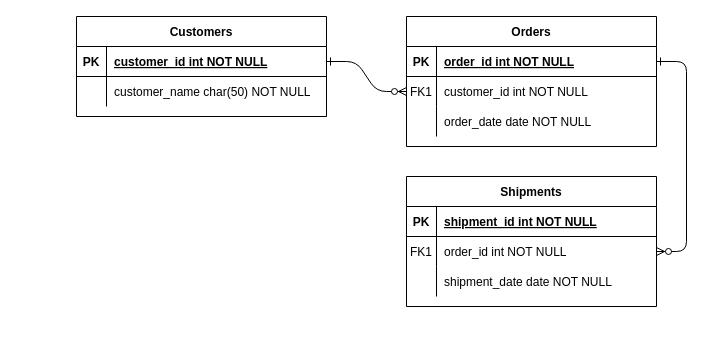
Earlier version of the draw.io diagram mysej.drawio (ahmadanwar93/SET-day-22). Source tidied: cells renumbered, new cells numbered last; positions are measured from the earlier drawing's top-left corner, leaving out a move shared by most shapes. Both pictures are drawn from the tidied source at 100%, with x=0, y=0 at pixel (76, 16).
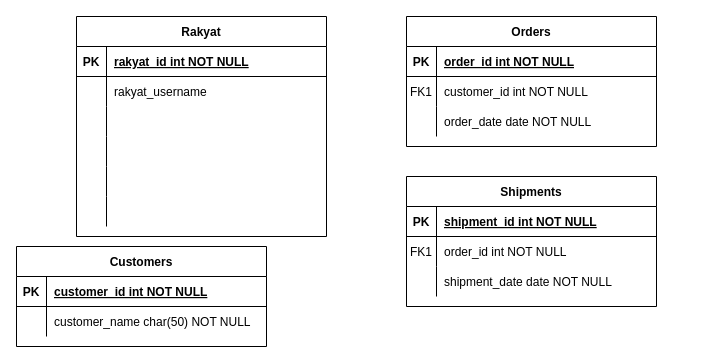
The same page after the edit.

The change refers to these unchanged cells:
```xml
<mxCell id="5" style="shape=partialRectangle;fillColor=none;points=[[0,0.5],[1,0.5]];portConstraint=eastwest;top=0;left=0;right=0;bottom=1;" parent="4" vertex="1">
  <mxGeometry y="30" width="250" height="30" as="geometry" />
</mxCell>
<mxCell id="8" style="shape=partialRectangle;fillColor=none;points=[[0,0.5],[1,0.5]];portConstraint=eastwest;top=0;left=0;right=0;bottom=0;" parent="4" vertex="1">
  <mxGeometry y="60" width="250" height="30" as="geometry" />
</mxCell>
<mxCell id="18" style="shape=partialRectangle;fillColor=none;points=[[0,0.5],[1,0.5]];portConstraint=eastwest;top=0;left=0;right=0;bottom=0;" parent="14" vertex="1">
  <mxGeometry y="60" width="250" height="30" as="geometry" />
</mxCell>
<mxCell id="25" style="shape=partialRectangle;fillColor=none;points=[[0,0.5],[1,0.5]];portConstraint=eastwest;top=0;left=0;right=0;bottom=1;" parent="24" vertex="1">
  <mxGeometry y="30" width="250" height="30" as="geometry" />
</mxCell>
<mxCell id="28" style="shape=partialRectangle;fillColor=none;top=0;left=0;right=0;bottom=0;" parent="24" vertex="1">
  <mxGeometry y="60" width="250" height="30" as="geometry" />
</mxCell>
```

The edit, as a diff of the source:
```diff
@@
-    <mxCell id="2" style="edgeStyle=entityRelationEdgeStyle;endArrow=ERzeroToMany;startArrow=ERone;endFill=1;startFill=0;" parent="1" edge="1" source="25" target="8">
-      <mxGeometry relative="1" as="geometry" />
-    </mxCell>
-    <mxCell id="3" style="edgeStyle=entityRelationEdgeStyle;endArrow=ERzeroToMany;startArrow=ERone;endFill=1;startFill=0;" parent="1" edge="1" source="5" target="18">
-      <mxGeometry relative="1" as="geometry" />
-    </mxCell>
@@
-    <mxCell id="24" value="Customers" style="shape=table;startSize=30;childLayout=tableLayout;rowLines=0;fontStyle=1;align=center;" parent="1" vertex="1">
-      <mxGeometry width="250" height="100" as="geometry" />
+    <mxCell id="24" value="Rakyat" style="shape=table;startSize=30;childLayout=tableLayout;rowLines=0;fontStyle=1;align=center;" parent="1" vertex="1">
+      <mxGeometry width="250" height="220" as="geometry" />
     </mxCell>
@@
-    <mxCell id="27" value="customer_id int NOT NULL " style="shape=partialRectangle;overflow=hidden;fillColor=none;top=0;left=0;bottom=0;right=0;align=left;spacingLeft=6;fontStyle=5;" parent="25" vertex="1">
+    <mxCell id="27" value="rakyat_id int NOT NULL " style="shape=partialRectangle;overflow=hidden;fillColor=none;top=0;left=0;bottom=0;right=0;align=left;spacingLeft=6;fontStyle=5;" parent="25" vertex="1">
       <mxGeometry x="30" width="220" height="30" as="geometry" />
     </mxCell>
@@
-    <mxCell id="30" value="customer_name char(50) NOT NULL" style="shape=partialRectangle;overflow=hidden;fillColor=none;top=0;left=0;bottom=0;right=0;align=left;spacingLeft=6;" parent="28" vertex="1">
+    <mxCell id="30" value="rakyat_username" style="shape=partialRectangle;overflow=hidden;fillColor=none;top=0;left=0;bottom=0;right=0;align=left;spacingLeft=6;" parent="28" vertex="1">
       <mxGeometry x="30" width="220" height="30" as="geometry" />
     </mxCell>
+    <mxCell id="31" style="shape=partialRectangle;fillColor=none;top=0;left=0;right=0;bottom=0;" parent="24" vertex="1">
+      <mxGeometry y="90" width="250" height="30" as="geometry" />
+    </mxCell>
+    <mxCell id="32" style="shape=partialRectangle;overflow=hidden;fillColor=none;top=0;left=0;bottom=0;right=0;" parent="31" vertex="1">
+      <mxGeometry width="30" height="30" as="geometry" />
+    </mxCell>
+    <mxCell id="33" style="shape=partialRectangle;overflow=hidden;fillColor=none;top=0;left=0;bottom=0;right=0;align=left;spacingLeft=6;" parent="31" vertex="1">
+      <mxGeometry x="30" width="220" height="30" as="geometry" />
+    </mxCell>
+    <mxCell id="34" style="shape=partialRectangle;fillColor=none;top=0;left=0;right=0;bottom=0;" parent="24" vertex="1">
+      <mxGeometry y="120" width="250" height="30" as="geometry" />
+    </mxCell>
+    <mxCell id="35" style="shape=partialRectangle;overflow=hidden;fillColor=none;top=0;left=0;bottom=0;right=0;" parent="34" vertex="1">
+      <mxGeometry width="30" height="30" as="geometry" />
+    </mxCell>
+    <mxCell id="36" style="shape=partialRectangle;overflow=hidden;fillColor=none;top=0;left=0;bottom=0;right=0;align=left;spacingLeft=6;" parent="34" vertex="1">
+      <mxGeometry x="30" width="220" height="30" as="geometry" />
+    </mxCell>
+    <mxCell id="37" style="shape=partialRectangle;fillColor=none;top=0;left=0;right=0;bottom=0;" parent="24" vertex="1">
+      <mxGeometry y="150" width="250" height="30" as="geometry" />
+    </mxCell>
+    <mxCell id="38" style="shape=partialRectangle;overflow=hidden;fillColor=none;top=0;left=0;bottom=0;right=0;" parent="37" vertex="1">
+      <mxGeometry width="30" height="30" as="geometry" />
+    </mxCell>
+    <mxCell id="39" style="shape=partialRectangle;overflow=hidden;fillColor=none;top=0;left=0;bottom=0;right=0;align=left;spacingLeft=6;" parent="37" vertex="1">
+      <mxGeometry x="30" width="220" height="30" as="geometry" />
+    </mxCell>
+    <mxCell id="40" style="shape=partialRectangle;fillColor=none;top=0;left=0;right=0;bottom=0;" parent="24" vertex="1">
+      <mxGeometry y="180" width="250" height="30" as="geometry" />
+    </mxCell>
+    <mxCell id="41" style="shape=partialRectangle;overflow=hidden;fillColor=none;top=0;left=0;bottom=0;right=0;" parent="40" vertex="1">
+      <mxGeometry width="30" height="30" as="geometry" />
+    </mxCell>
+    <mxCell id="42" style="shape=partialRectangle;overflow=hidden;fillColor=none;top=0;left=0;bottom=0;right=0;align=left;spacingLeft=6;" parent="40" vertex="1">
+      <mxGeometry x="30" width="220" height="30" as="geometry" />
+    </mxCell>
+    <mxCell id="43" value="Customers" style="shape=table;startSize=30;childLayout=tableLayout;rowLines=0;fontStyle=1;align=center;" parent="1" vertex="1">
+      <mxGeometry x="-60" y="230" width="250" height="100" as="geometry" />
+    </mxCell>
+    <mxCell id="44" style="shape=partialRectangle;fillColor=none;top=0;left=0;right=0;bottom=1;" parent="43" vertex="1">
+      <mxGeometry y="30" width="250" height="30" as="geometry" />
+    </mxCell>
+    <mxCell id="45" value="PK" style="shape=partialRectangle;overflow=hidden;fillColor=none;top=0;left=0;bottom=0;right=0;fontStyle=1;" parent="44" vertex="1">
+      <mxGeometry width="30" height="30" as="geometry" />
+    </mxCell>
+    <mxCell id="46" value="customer_id int NOT NULL " style="shape=partialRectangle;overflow=hidden;fillColor=none;top=0;left=0;bottom=0;right=0;align=left;spacingLeft=6;fontStyle=5;" parent="44" vertex="1">
+      <mxGeometry x="30" width="220" height="30" as="geometry" />
+    </mxCell>
+    <mxCell id="47" style="shape=partialRectangle;fillColor=none;top=0;left=0;right=0;bottom=0;" parent="43" vertex="1">
+      <mxGeometry y="60" width="250" height="30" as="geometry" />
+    </mxCell>
+    <mxCell id="48" style="shape=partialRectangle;overflow=hidden;fillColor=none;top=0;left=0;bottom=0;right=0;" parent="47" vertex="1">
+      <mxGeometry width="30" height="30" as="geometry" />
+    </mxCell>
+    <mxCell id="49" value="customer_name char(50) NOT NULL" style="shape=partialRectangle;overflow=hidden;fillColor=none;top=0;left=0;bottom=0;right=0;align=left;spacingLeft=6;" parent="47" vertex="1">
+      <mxGeometry x="30" width="220" height="30" as="geometry" />
+    </mxCell>
```
